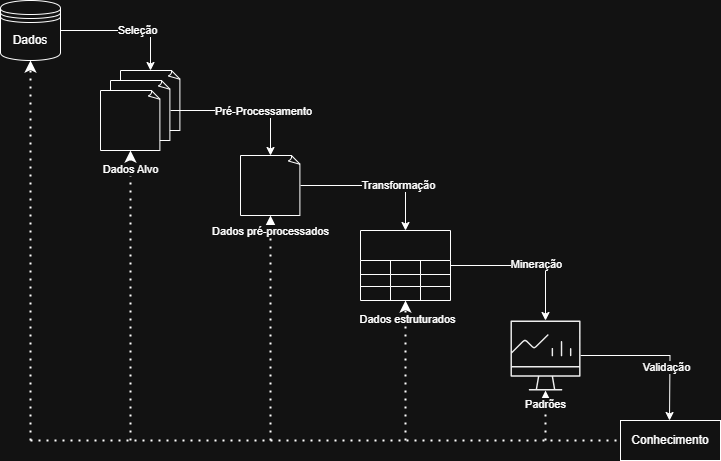
Before: Diagrama KDD.drawio.png, a diagram exported from draw.io (andrew-cdia/algoritmos-lista1). Source tidied: cells renumbered, new cells last; positions are measured from the earlier drawing's top-left corner, leaving out a move shared by most shapes.
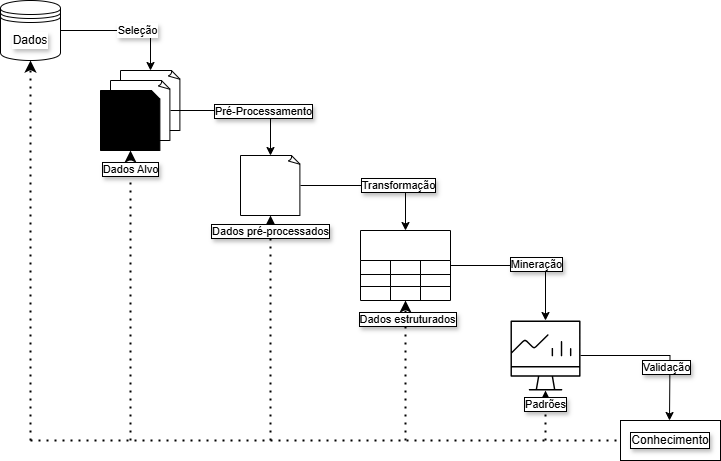
The same diagram one commit later.

What changed in the source:
```diff
@@ -1,140 +1,140 @@
-<mxGraphModel>
+<mxGraphModel background="light-dark(#FFFFFF,#FFFFFF)">
   <root>
     <mxCell id="0" />
     <mxCell id="1" parent="0" />
-    <mxCell id="2" value="Dados" style="shape=datastore;whiteSpace=wrap;html=1;" parent="1" vertex="1">
+    <mxCell id="2" value="Dados" style="shape=datastore;whiteSpace=wrap;html=1;labelBackgroundColor=light-dark(#FFFFFF,#FFFFFF);labelBorderColor=light-dark(#FFFFFF,#FFFFFF);textShadow=1;strokeColor=light-dark(#000000,#000000);fillColor=light-dark(#FFFFFF,#FFFFFF);fontColor=light-dark(#000000,#000000);" parent="1" vertex="1">
       <mxGeometry width="60" height="60" as="geometry" />
     </mxCell>
-    <mxCell id="3" style="whiteSpace=wrap;html=1;shape=mxgraph.basic.document;" parent="1" vertex="1">
+    <mxCell id="3" style="whiteSpace=wrap;html=1;shape=mxgraph.basic.document;fontColor=light-dark(#000000,#000000);labelBackgroundColor=light-dark(#FFFFFF,#F7F7F7);labelBorderColor=light-dark(#000000,#FFFFFF);textShadow=1;fillColor=light-dark(#FFFFFF,#FFFFFF);strokeColor=light-dark(#000000,#000000);" parent="1" vertex="1">
       <mxGeometry x="120" y="70" width="60" height="60" as="geometry" />
     </mxCell>
-    <mxCell id="4" style="whiteSpace=wrap;html=1;shape=mxgraph.basic.document;" parent="1" vertex="1">
+    <mxCell id="4" style="whiteSpace=wrap;html=1;shape=mxgraph.basic.document;fontColor=light-dark(#000000,#000000);labelBackgroundColor=light-dark(#FFFFFF,#F7F7F7);labelBorderColor=light-dark(#000000,#FFFFFF);textShadow=1;strokeColor=light-dark(#000000,#000000);fillColor=light-dark(#FFFFFF,#FFFFFF);" parent="1" vertex="1">
       <mxGeometry x="110" y="80" width="60" height="60" as="geometry" />
     </mxCell>
-    <mxCell id="5" style="whiteSpace=wrap;html=1;shape=mxgraph.basic.document;" parent="1" vertex="1">
+    <mxCell id="5" style="whiteSpace=wrap;html=1;shape=mxgraph.basic.document;fontColor=light-dark(#000000,#000000);labelBackgroundColor=light-dark(#FFFFFF,#F7F7F7);labelBorderColor=light-dark(#000000,#FFFFFF);textShadow=1;fillColor=light-dark(#000000,#FFFFFF);strokeColor=light-dark(#000000,#000000);" parent="1" vertex="1">
       <mxGeometry x="100" y="90" width="60" height="60" as="geometry" />
     </mxCell>
-    <mxCell id="6" style="edgeStyle=orthogonalEdgeStyle;rounded=0;jettySize=auto;html=1;entryX=0.5;entryY=0;entryDx=0;entryDy=0;" parent="1" edge="1" source="8" target="11">
+    <mxCell id="6" style="edgeStyle=orthogonalEdgeStyle;rounded=0;jettySize=auto;html=1;entryX=0.5;entryY=0;entryDx=0;entryDy=0;fontColor=light-dark(#000000,#000000);labelBackgroundColor=light-dark(#FFFFFF,#F7F7F7);labelBorderColor=light-dark(#000000,#FFFFFF);textShadow=1;strokeColor=light-dark(#000000,#000000);" parent="1" edge="1" source="8" target="11">
       <mxGeometry relative="1" as="geometry" />
     </mxCell>
-    <mxCell id="7" value="Transformação" style="edgeLabel;html=1;align=center;verticalAlign=middle;" parent="6" vertex="1">
+    <mxCell id="7" value="Transformação" style="edgeLabel;html=1;align=center;verticalAlign=middle;fontColor=light-dark(#000000,#000000);labelBackgroundColor=light-dark(#FFFFFF,#F7F7F7);labelBorderColor=light-dark(#000000,#FFFFFF);textShadow=1;" parent="6" vertex="1">
       <mxGeometry x="0.29" y="1" relative="1" as="geometry" />
     </mxCell>
-    <mxCell id="8" style="whiteSpace=wrap;html=1;shape=mxgraph.basic.document;" parent="1" vertex="1">
+    <mxCell id="8" style="whiteSpace=wrap;html=1;shape=mxgraph.basic.document;fontColor=light-dark(#000000,#000000);labelBackgroundColor=light-dark(#FFFFFF,#F7F7F7);labelBorderColor=light-dark(#000000,#FFFFFF);textShadow=1;fillColor=light-dark(#FFFFFF,#FFFFFF);strokeColor=light-dark(#000000,#000000);" parent="1" vertex="1">
       <mxGeometry x="240" y="155" width="60" height="60" as="geometry" />
     </mxCell>
-    <mxCell id="9" style="edgeStyle=orthogonalEdgeStyle;rounded=0;jettySize=auto;html=1;" parent="1" edge="1" source="11" target="26">
+    <mxCell id="9" style="edgeStyle=orthogonalEdgeStyle;rounded=0;jettySize=auto;html=1;fontColor=light-dark(#000000,#000000);labelBackgroundColor=light-dark(#FFFFFF,#F7F7F7);labelBorderColor=light-dark(#000000,#FFFFFF);textShadow=1;strokeColor=light-dark(#000000,#000000);" parent="1" edge="1" source="11" target="26">
       <mxGeometry relative="1" as="geometry" />
     </mxCell>
-    <mxCell id="10" value="Mineração" style="edgeLabel;html=1;align=center;verticalAlign=middle;" parent="9" vertex="1">
+    <mxCell id="10" value="Mineração" style="edgeLabel;html=1;align=center;verticalAlign=middle;fontColor=light-dark(#000000,#000000);labelBackgroundColor=light-dark(#FFFFFF,#F7F7F7);labelBorderColor=light-dark(#000000,#FFFFFF);textShadow=1;" parent="9" vertex="1">
       <mxGeometry x="0.13" y="2" relative="1" as="geometry" />
     </mxCell>
-    <mxCell id="11" style="shape=table;startSize=30;strokeColor=default;fontSize=16;" parent="1" vertex="1">
+    <mxCell id="11" style="shape=table;startSize=30;strokeColor=light-dark(#000000,#000000);fontSize=16;fontColor=light-dark(#000000,#000000);labelBackgroundColor=light-dark(#FFFFFF,#F7F7F7);labelBorderColor=light-dark(#000000,#FFFFFF);textShadow=1;fillColor=light-dark(#FFFFFF,#FFFFFF);" parent="1" vertex="1">
       <mxGeometry x="360" y="230" width="90" height="70" as="geometry" />
     </mxCell>
-    <mxCell id="12" style="shape=tableRow;horizontal=0;startSize=0;swimlaneHead=0;swimlaneBody=0;strokeColor=inherit;top=0;left=0;bottom=0;right=0;fillColor=none;fontSize=16;" parent="11" vertex="1">
+    <mxCell id="12" style="shape=tableRow;horizontal=0;startSize=0;swimlaneHead=0;swimlaneBody=0;strokeColor=inherit;top=0;left=0;bottom=0;right=0;fillColor=none;fontSize=16;fontColor=light-dark(#000000,#000000);labelBackgroundColor=light-dark(#FFFFFF,#F7F7F7);labelBorderColor=light-dark(#000000,#FFFFFF);textShadow=1;" parent="11" vertex="1">
       <mxGeometry y="30" width="90" height="14" as="geometry" />
     </mxCell>
-    <mxCell id="13" style="shape=partialRectangle;html=1;whiteSpace=wrap;strokeColor=inherit;overflow=hidden;fillColor=none;top=0;left=0;bottom=0;right=0;fontSize=16;" parent="12" vertex="1">
+    <mxCell id="13" style="shape=partialRectangle;html=1;whiteSpace=wrap;strokeColor=inherit;overflow=hidden;fillColor=none;top=0;left=0;bottom=0;right=0;fontSize=16;fontColor=light-dark(#000000,#000000);labelBackgroundColor=light-dark(#FFFFFF,#F7F7F7);labelBorderColor=light-dark(#000000,#FFFFFF);textShadow=1;" parent="12" vertex="1">
       <mxGeometry width="30" height="14" as="geometry" />
     </mxCell>
-    <mxCell id="14" style="shape=partialRectangle;html=1;whiteSpace=wrap;strokeColor=inherit;overflow=hidden;fillColor=none;top=0;left=0;bottom=0;right=0;fontSize=16;" parent="12" vertex="1">
+    <mxCell id="14" style="shape=partialRectangle;html=1;whiteSpace=wrap;strokeColor=inherit;overflow=hidden;fillColor=none;top=0;left=0;bottom=0;right=0;fontSize=16;fontColor=light-dark(#000000,#000000);labelBackgroundColor=light-dark(#FFFFFF,#F7F7F7);labelBorderColor=light-dark(#000000,#FFFFFF);textShadow=1;" parent="12" vertex="1">
       <mxGeometry x="30" width="30" height="14" as="geometry" />
     </mxCell>
-    <mxCell id="15" style="shape=partialRectangle;html=1;whiteSpace=wrap;strokeColor=inherit;overflow=hidden;fillColor=none;top=0;left=0;bottom=0;right=0;fontSize=16;" parent="12" vertex="1">
+    <mxCell id="15" style="shape=partialRectangle;html=1;whiteSpace=wrap;strokeColor=inherit;overflow=hidden;fillColor=none;top=0;left=0;bottom=0;right=0;fontSize=16;fontColor=light-dark(#000000,#000000);labelBackgroundColor=light-dark(#FFFFFF,#F7F7F7);labelBorderColor=light-dark(#000000,#FFFFFF);textShadow=1;" parent="12" vertex="1">
       <mxGeometry x="60" width="30" height="14" as="geometry" />
     </mxCell>
-    <mxCell id="16" style="shape=tableRow;horizontal=0;startSize=0;swimlaneHead=0;swimlaneBody=0;strokeColor=inherit;top=0;left=0;bottom=0;right=0;fillColor=none;fontSize=16;" parent="11" vertex="1">
+    <mxCell id="16" style="shape=tableRow;horizontal=0;startSize=0;swimlaneHead=0;swimlaneBody=0;strokeColor=inherit;top=0;left=0;bottom=0;right=0;fillColor=none;fontSize=16;fontColor=light-dark(#000000,#000000);labelBackgroundColor=light-dark(#FFFFFF,#F7F7F7);labelBorderColor=light-dark(#000000,#FFFFFF);textShadow=1;" parent="11" vertex="1">
       <mxGeometry y="44" width="90" height="12" as="geometry" />
     </mxCell>
-    <mxCell id="17" style="shape=partialRectangle;html=1;whiteSpace=wrap;strokeColor=inherit;overflow=hidden;fillColor=none;top=0;left=0;bottom=0;right=0;fontSize=16;" parent="16" vertex="1">
+    <mxCell id="17" style="shape=partialRectangle;html=1;whiteSpace=wrap;strokeColor=inherit;overflow=hidden;fillColor=none;top=0;left=0;bottom=0;right=0;fontSize=16;fontColor=light-dark(#000000,#000000);labelBackgroundColor=light-dark(#FFFFFF,#F7F7F7);labelBorderColor=light-dark(#000000,#FFFFFF);textShadow=1;" parent="16" vertex="1">
       <mxGeometry width="30" height="12" as="geometry" />
     </mxCell>
-    <mxCell id="18" style="shape=partialRectangle;html=1;whiteSpace=wrap;strokeColor=inherit;overflow=hidden;fillColor=none;top=0;left=0;bottom=0;right=0;fontSize=16;" parent="16" vertex="1">
+    <mxCell id="18" style="shape=partialRectangle;html=1;whiteSpace=wrap;strokeColor=inherit;overflow=hidden;fillColor=none;top=0;left=0;bottom=0;right=0;fontSize=16;fontColor=light-dark(#000000,#000000);labelBackgroundColor=light-dark(#FFFFFF,#F7F7F7);labelBorderColor=light-dark(#000000,#FFFFFF);textShadow=1;" parent="16" vertex="1">
       <mxGeometry x="30" width="30" height="12" as="geometry" />
     </mxCell>
-    <mxCell id="19" style="shape=partialRectangle;html=1;whiteSpace=wrap;strokeColor=inherit;overflow=hidden;fillColor=none;top=0;left=0;bottom=0;right=0;fontSize=16;" parent="16" vertex="1">
+    <mxCell id="19" style="shape=partialRectangle;html=1;whiteSpace=wrap;strokeColor=inherit;overflow=hidden;fillColor=none;top=0;left=0;bottom=0;right=0;fontSize=16;fontColor=light-dark(#000000,#000000);labelBackgroundColor=light-dark(#FFFFFF,#F7F7F7);labelBorderColor=light-dark(#000000,#FFFFFF);textShadow=1;" parent="16" vertex="1">
       <mxGeometry x="60" width="30" height="12" as="geometry" />
     </mxCell>
-    <mxCell id="20" style="shape=tableRow;horizontal=0;startSize=0;swimlaneHead=0;swimlaneBody=0;strokeColor=inherit;top=0;left=0;bottom=0;right=0;fillColor=none;points=[[0,0.5],[1,0.5]];portConstraint=eastwest;fontSize=16;" parent="11" vertex="1">
+    <mxCell id="20" style="shape=tableRow;horizontal=0;startSize=0;swimlaneHead=0;swimlaneBody=0;strokeColor=inherit;top=0;left=0;bottom=0;right=0;fillColor=none;points=[[0,0.5],[1,0.5]];portConstraint=eastwest;fontSize=16;fontColor=light-dark(#000000,#000000);labelBackgroundColor=light-dark(#FFFFFF,#F7F7F7);labelBorderColor=light-dark(#000000,#FFFFFF);textShadow=1;" parent="11" vertex="1">
       <mxGeometry y="56" width="90" height="14" as="geometry" />
     </mxCell>
-    <mxCell id="21" style="shape=partialRectangle;html=1;whiteSpace=wrap;strokeColor=inherit;overflow=hidden;fillColor=none;top=0;left=0;bottom=0;right=0;fontSize=16;" parent="20" vertex="1">
+    <mxCell id="21" style="shape=partialRectangle;html=1;whiteSpace=wrap;strokeColor=inherit;overflow=hidden;fillColor=none;top=0;left=0;bottom=0;right=0;fontSize=16;fontColor=light-dark(#000000,#000000);labelBackgroundColor=light-dark(#FFFFFF,#F7F7F7);labelBorderColor=light-dark(#000000,#FFFFFF);textShadow=1;" parent="20" vertex="1">
       <mxGeometry width="30" height="14" as="geometry" />
     </mxCell>
-    <mxCell id="22" style="shape=partialRectangle;html=1;whiteSpace=wrap;strokeColor=inherit;overflow=hidden;fillColor=none;top=0;left=0;bottom=0;right=0;fontSize=16;" parent="20" vertex="1">
+    <mxCell id="22" style="shape=partialRectangle;html=1;whiteSpace=wrap;strokeColor=inherit;overflow=hidden;fillColor=none;top=0;left=0;bottom=0;right=0;fontSize=16;fontColor=light-dark(#000000,#000000);labelBackgroundColor=light-dark(#FFFFFF,#F7F7F7);labelBorderColor=light-dark(#000000,#FFFFFF);textShadow=1;" parent="20" vertex="1">
       <mxGeometry x="30" width="30" height="14" as="geometry" />
     </mxCell>
-    <mxCell id="23" style="shape=partialRectangle;html=1;whiteSpace=wrap;strokeColor=inherit;overflow=hidden;fillColor=none;top=0;left=0;bottom=0;right=0;fontSize=16;" parent="20" vertex="1">
+    <mxCell id="23" style="shape=partialRectangle;html=1;whiteSpace=wrap;strokeColor=inherit;overflow=hidden;fillColor=none;top=0;left=0;bottom=0;right=0;fontSize=16;fontColor=light-dark(#000000,#000000);labelBackgroundColor=light-dark(#FFFFFF,#F7F7F7);labelBorderColor=light-dark(#000000,#FFFFFF);textShadow=1;" parent="20" vertex="1">
       <mxGeometry x="60" width="30" height="14" as="geometry" />
     </mxCell>
-    <mxCell id="24" style="edgeStyle=orthogonalEdgeStyle;rounded=0;jettySize=auto;html=1;entryX=0.5;entryY=0;entryDx=0;entryDy=0;" parent="1" edge="1" source="26">
+    <mxCell id="24" style="edgeStyle=orthogonalEdgeStyle;rounded=0;jettySize=auto;html=1;entryX=0.5;entryY=0;entryDx=0;entryDy=0;fontColor=light-dark(#000000,#000000);labelBackgroundColor=light-dark(#FFFFFF,#F7F7F7);labelBorderColor=light-dark(#000000,#FFFFFF);textShadow=1;strokeColor=light-dark(#000000,#000000);" parent="1" edge="1" source="26">
       <mxGeometry relative="1" as="geometry">
         <mxPoint x="669" y="420" as="targetPoint" />
       </mxGeometry>
     </mxCell>
-    <mxCell id="25" value="Validação" style="edgeLabel;html=1;align=center;verticalAlign=middle;" parent="24" vertex="1">
+    <mxCell id="25" value="Validação" style="edgeLabel;html=1;align=center;verticalAlign=middle;fontColor=light-dark(#000000,#000000);labelBackgroundColor=light-dark(#FFFFFF,#F7F7F7);labelBorderColor=light-dark(#000000,#FFFFFF);textShadow=1;" parent="24" vertex="1">
       <mxGeometry x="0.3" y="-4" relative="1" as="geometry" />
     </mxCell>
-    <mxCell id="26" style="sketch=0;verticalLabelPosition=bottom;sketch=0;html=1;verticalAlign=top;strokeColor=none;fillColor=#000000;align=center;outlineConnect=0;shape=mxgraph.citrix2.professional_graphics_desktop;" parent="1" vertex="1">
+    <mxCell id="26" style="sketch=0;verticalLabelPosition=bottom;sketch=0;html=1;verticalAlign=top;strokeColor=none;fillColor=light-dark(#000000,#000000);align=center;outlineConnect=0;shape=mxgraph.citrix2.professional_graphics_desktop;fontColor=light-dark(#000000,#000000);labelBackgroundColor=light-dark(#FFFFFF,#F7F7F7);labelBorderColor=light-dark(#000000,#FFFFFF);textShadow=1;" parent="1" vertex="1">
       <mxGeometry x="510" y="320" width="70" height="70" as="geometry" />
     </mxCell>
-    <mxCell id="27" style="edgeStyle=orthogonalEdgeStyle;rounded=0;jettySize=auto;html=1;entryX=0.5;entryY=0;entryDx=0;entryDy=0;entryPerimeter=0;" parent="1" edge="1" source="2" target="3">
+    <mxCell id="27" style="edgeStyle=orthogonalEdgeStyle;rounded=0;jettySize=auto;html=1;entryX=0.5;entryY=0;entryDx=0;entryDy=0;entryPerimeter=0;fontColor=light-dark(#000000,#000000);labelBackgroundColor=light-dark(#FFFFFF,#FFFFFF);labelBorderColor=light-dark(#FFFFFF,#FFFFFF);textShadow=1;strokeColor=light-dark(#000000,#000000);" parent="1" edge="1" source="2" target="3">
       <mxGeometry relative="1" as="geometry" />
     </mxCell>
-    <mxCell id="28" value="Seleção" style="edgeLabel;html=1;align=center;verticalAlign=middle;" parent="27" vertex="1">
+    <mxCell id="28" value="Seleção" style="edgeLabel;html=1;align=center;verticalAlign=middle;fontColor=light-dark(#000000,#000000);labelBackgroundColor=light-dark(#FFFFFF,#FFFFFF);labelBorderColor=light-dark(#FFFFFF,#FFFFFF);textShadow=1;" parent="27" vertex="1">
       <mxGeometry x="0.17" y="1" relative="1" as="geometry" />
     </mxCell>
-    <mxCell id="29" style="edgeStyle=orthogonalEdgeStyle;rounded=0;jettySize=auto;html=1;entryX=0.5;entryY=0;entryDx=0;entryDy=0;entryPerimeter=0;" parent="1" edge="1" source="4" target="8">
+    <mxCell id="29" style="edgeStyle=orthogonalEdgeStyle;rounded=0;jettySize=auto;html=1;entryX=0.5;entryY=0;entryDx=0;entryDy=0;entryPerimeter=0;fontColor=light-dark(#000000,#000000);labelBackgroundColor=light-dark(#FFFFFF,#F7F7F7);labelBorderColor=light-dark(#000000,#FFFFFF);textShadow=1;strokeColor=light-dark(#000000,#000000);" parent="1" edge="1" source="4" target="8">
       <mxGeometry relative="1" as="geometry" />
     </mxCell>
-    <mxCell id="30" value="Pré-Processamento" style="edgeLabel;html=1;align=center;verticalAlign=middle;" parent="29" vertex="1">
+    <mxCell id="30" value="Pré-Processamento" style="edgeLabel;html=1;align=center;verticalAlign=middle;fontColor=light-dark(#000000,#000000);labelBackgroundColor=light-dark(#FFFFFF,#F7F7F7);labelBorderColor=light-dark(#000000,#FFFFFF);textShadow=1;" parent="29" vertex="1">
       <mxGeometry x="0.27" relative="1" as="geometry" />
     </mxCell>
-    <mxCell id="31" style="endArrow=classic;dashed=1;html=1;dashPattern=1 3;strokeWidth=2;rounded=0;endFill=1;" parent="1" edge="1" target="26">
+    <mxCell id="31" style="endArrow=classic;dashed=1;html=1;dashPattern=1 3;strokeWidth=2;rounded=0;endFill=1;fontColor=light-dark(#000000,#000000);labelBackgroundColor=light-dark(#FFFFFF,#F7F7F7);labelBorderColor=light-dark(#000000,#FFFFFF);textShadow=1;strokeColor=light-dark(#000000,#000000);" parent="1" edge="1" target="26">
       <mxGeometry relative="1" as="geometry">
         <mxPoint x="545" y="440" as="sourcePoint" />
       </mxGeometry>
     </mxCell>
-    <mxCell id="32" value="Padrões" style="edgeLabel;html=1;align=center;verticalAlign=middle;" parent="31" vertex="1">
+    <mxCell id="32" value="Padrões" style="edgeLabel;html=1;align=center;verticalAlign=middle;fontColor=light-dark(#000000,#000000);labelBackgroundColor=light-dark(#FFFFFF,#F7F7F7);labelBorderColor=light-dark(#000000,#FFFFFF);textShadow=1;" parent="31" vertex="1">
       <mxGeometry x="0.46" y="1" relative="1" as="geometry" />
     </mxCell>
-    <mxCell id="33" style="endArrow=classic;dashed=1;html=1;dashPattern=1 3;strokeWidth=2;rounded=0;endFill=1;" parent="1" edge="1" target="20">
+    <mxCell id="33" style="endArrow=classic;dashed=1;html=1;dashPattern=1 3;strokeWidth=2;rounded=0;endFill=1;fontColor=light-dark(#000000,#000000);labelBackgroundColor=light-dark(#FFFFFF,#F7F7F7);labelBorderColor=light-dark(#000000,#FFFFFF);textShadow=1;strokeColor=light-dark(#000000,#000000);" parent="1" edge="1" target="20">
       <mxGeometry relative="1" as="geometry">
         <mxPoint x="405" y="440" as="sourcePoint" />
       </mxGeometry>
     </mxCell>
-    <mxCell id="34" value="Dados estruturados" style="edgeLabel;html=1;align=center;verticalAlign=middle;" parent="33" vertex="1">
+    <mxCell id="34" value="Dados estruturados" style="edgeLabel;html=1;align=center;verticalAlign=middle;fontColor=light-dark(#000000,#000000);labelBackgroundColor=light-dark(#FFFFFF,#F7F7F7);labelBorderColor=light-dark(#000000,#FFFFFF);textShadow=1;" parent="33" vertex="1">
       <mxGeometry x="0.75" y="-1" relative="1" as="geometry" />
     </mxCell>
-    <mxCell id="35" style="endArrow=classic;dashed=1;html=1;dashPattern=1 3;strokeWidth=2;rounded=0;entryX=0.5;entryY=1;entryDx=0;entryDy=0;entryPerimeter=0;endFill=1;" parent="1" edge="1" target="8">
+    <mxCell id="35" style="endArrow=classic;dashed=1;html=1;dashPattern=1 3;strokeWidth=2;rounded=0;entryX=0.5;entryY=1;entryDx=0;entryDy=0;entryPerimeter=0;endFill=1;fontColor=light-dark(#000000,#000000);labelBackgroundColor=light-dark(#FFFFFF,#F7F7F7);labelBorderColor=light-dark(#000000,#FFFFFF);textShadow=1;strokeColor=light-dark(#000000,#000000);" parent="1" edge="1" target="8">
       <mxGeometry relative="1" as="geometry">
         <mxPoint x="270" y="440" as="sourcePoint" />
       </mxGeometry>
     </mxCell>
-    <mxCell id="36" value="Dados pré-processados" style="edgeLabel;html=1;align=center;verticalAlign=middle;" parent="35" vertex="1">
+    <mxCell id="36" value="Dados pré-processados" style="edgeLabel;html=1;align=center;verticalAlign=middle;fontColor=light-dark(#000000,#000000);labelBackgroundColor=light-dark(#FFFFFF,#F7F7F7);labelBorderColor=light-dark(#000000,#FFFFFF);textShadow=1;" parent="35" vertex="1">
       <mxGeometry x="0.87" y="1" relative="1" as="geometry" />
     </mxCell>
-    <mxCell id="37" style="endArrow=classic;dashed=1;html=1;dashPattern=1 3;strokeWidth=2;rounded=0;entryX=0.5;entryY=1;entryDx=0;entryDy=0;entryPerimeter=0;endFill=1;" parent="1" edge="1" target="5">
+    <mxCell id="37" style="endArrow=classic;dashed=1;html=1;dashPattern=1 3;strokeWidth=2;rounded=0;entryX=0.5;entryY=1;entryDx=0;entryDy=0;entryPerimeter=0;endFill=1;fontColor=light-dark(#000000,#000000);labelBackgroundColor=light-dark(#FFFFFF,#F7F7F7);labelBorderColor=light-dark(#000000,#FFFFFF);textShadow=1;strokeColor=light-dark(#000000,#000000);" parent="1" edge="1" target="5">
       <mxGeometry relative="1" as="geometry">
         <mxPoint x="130" y="440" as="sourcePoint" />
       </mxGeometry>
     </mxCell>
-    <mxCell id="38" value="Dados Alvo" style="edgeLabel;html=1;align=center;verticalAlign=middle;" parent="37" vertex="1">
+    <mxCell id="38" value="Dados Alvo" style="edgeLabel;html=1;align=center;verticalAlign=middle;fontColor=light-dark(#000000,#000000);labelBackgroundColor=light-dark(#FFFFFF,#F7F7F7);labelBorderColor=light-dark(#000000,#FFFFFF);textShadow=1;" parent="37" vertex="1">
       <mxGeometry x="0.88" y="1" relative="1" as="geometry" />
     </mxCell>
-    <mxCell id="39" style="endArrow=classic;dashed=1;html=1;dashPattern=1 3;strokeWidth=2;rounded=0;entryX=0.5;entryY=1;entryDx=0;entryDy=0;endFill=1;" parent="1" edge="1" target="2">
+    <mxCell id="39" style="endArrow=classic;dashed=1;html=1;dashPattern=1 3;strokeWidth=2;rounded=0;entryX=0.5;entryY=1;entryDx=0;entryDy=0;endFill=1;fontColor=light-dark(#000000,#000000);labelBackgroundColor=light-dark(#FFFFFF,#FFFFFF);labelBorderColor=light-dark(#FFFFFF,#FFFFFF);textShadow=1;strokeColor=light-dark(#000000,#000000);" parent="1" edge="1" target="2">
       <mxGeometry relative="1" as="geometry">
         <mxPoint x="30" y="440" as="sourcePoint" />
       </mxGeometry>
     </mxCell>
-    <mxCell id="40" style="endArrow=none;dashed=1;html=1;dashPattern=1 3;strokeWidth=2;rounded=0;" parent="1" edge="1">
+    <mxCell id="40" style="endArrow=none;dashed=1;html=1;dashPattern=1 3;strokeWidth=2;rounded=0;fontColor=light-dark(#000000,#000000);labelBackgroundColor=light-dark(#FFFFFF,#FFFFFF);labelBorderColor=light-dark(#FFFFFF,#FFFFFF);textShadow=1;strokeColor=light-dark(#000000,#000000);" parent="1" edge="1">
       <mxGeometry relative="1" as="geometry">
         <mxPoint x="30" y="440" as="sourcePoint" />
         <mxPoint x="630" y="440" as="targetPoint" />
       </mxGeometry>
     </mxCell>
-    <mxCell id="41" value="Conhecimento" style="rounded=0;whiteSpace=wrap;html=1;" parent="1" vertex="1">
+    <mxCell id="41" value="Conhecimento" style="rounded=0;whiteSpace=wrap;html=1;fontColor=light-dark(#000000,#000000);labelBackgroundColor=light-dark(#FFFFFF,#F7F7F7);labelBorderColor=light-dark(#000000,#FFFFFF);textShadow=1;fillColor=light-dark(#FFFFFF,#FFFFFF);strokeColor=light-dark(#000000,#000000);" parent="1" vertex="1">
       <mxGeometry x="620" y="420" width="100" height="40" as="geometry" />
     </mxCell>
   </root>
```
